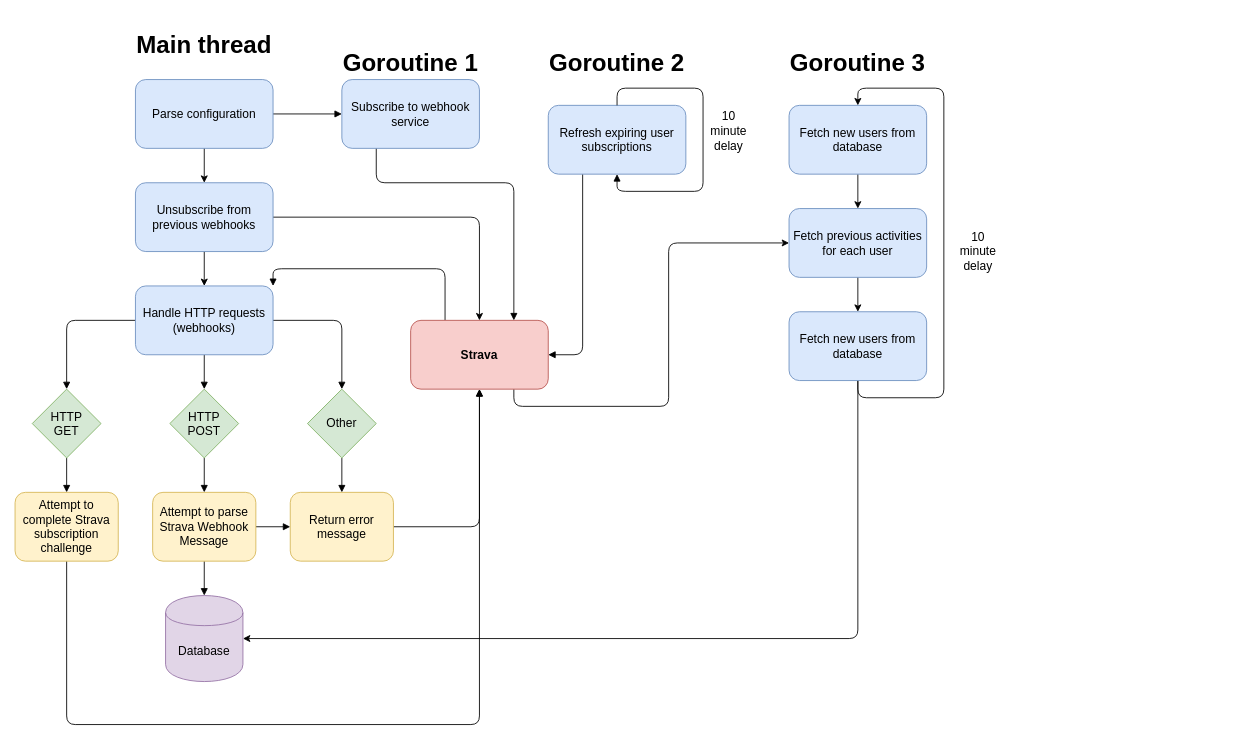
The draw.io diagram doc/FlowDiagram.drawio in bikedataproject/go-strava-daemon, before the edit. Source tidied: cells renumbered, new cells numbered last; positions are measured from the earlier drawing's top-left corner, leaving out a move shared by most shapes. Both pictures are drawn from the tidied source at 86%, with x=0, y=0 at pixel (15, 36).
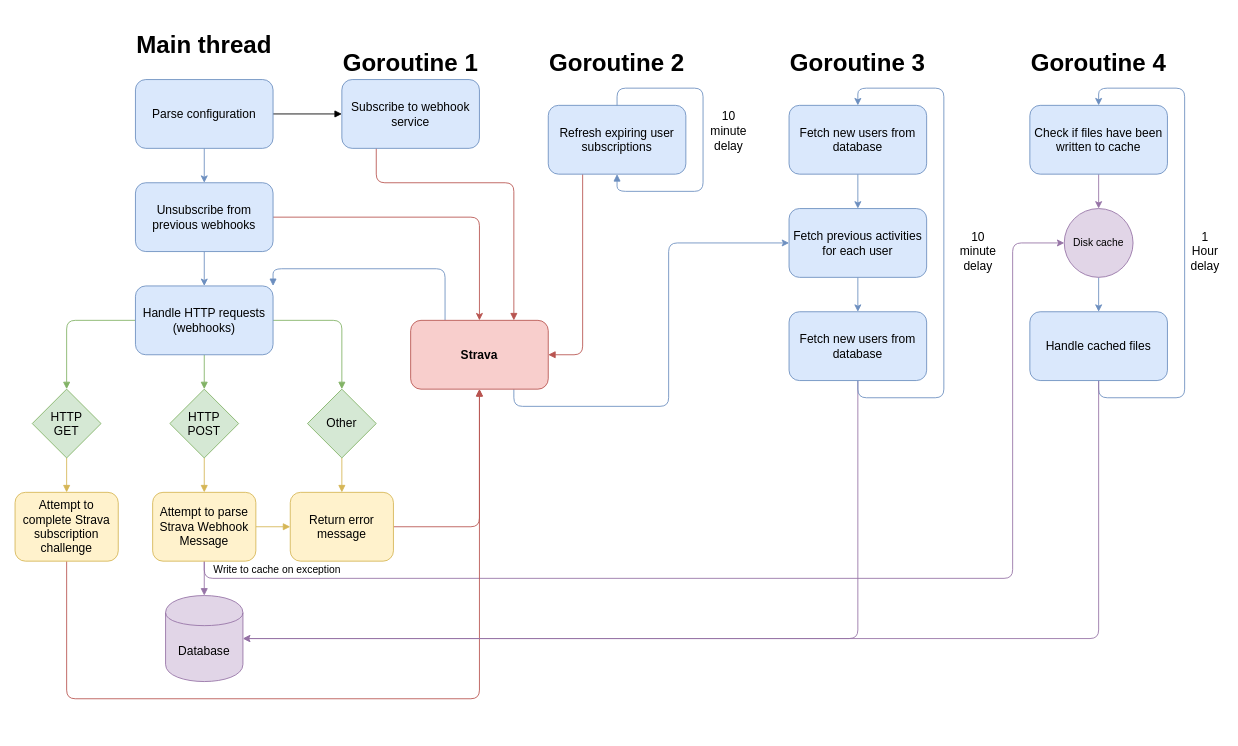
After the change.

Commit message (it also covers changes not shown here):
Updated flow diagram

Unchanged cells that the change refers to:
```xml
<mxCell id="4" value="Strava" style="rounded=1;whiteSpace=wrap;html=1;fillColor=#f8cecc;strokeColor=#b85450;fontStyle=1;fontFamily=Ubuntu;fontSize=14;" parent="1" vertex="1">
  <mxGeometry x="460" y="330" width="160" height="80" as="geometry" />
</mxCell>
<mxCell id="7" value="Unsubscribe from&lt;br style=&quot;font-size: 14px;&quot;&gt;previous webhooks" style="rounded=1;whiteSpace=wrap;html=1;fillColor=#dae8fc;strokeColor=#6c8ebf;fontFamily=Ubuntu;fontSize=14;" parent="1" vertex="1">
  <mxGeometry x="140" y="170" width="160" height="80" as="geometry" />
</mxCell>
<mxCell id="11" value="Handle HTTP requests (webhooks)" style="rounded=1;whiteSpace=wrap;html=1;fillColor=#dae8fc;strokeColor=#6c8ebf;fontFamily=Ubuntu;fontSize=14;" parent="1" vertex="1">
  <mxGeometry x="140" y="290" width="160" height="80" as="geometry" />
</mxCell>
<mxCell id="14" value="Parse configuration" style="rounded=1;whiteSpace=wrap;html=1;fillColor=#dae8fc;strokeColor=#6c8ebf;fontFamily=Ubuntu;fontSize=14;" parent="1" vertex="1">
  <mxGeometry x="140" y="50" width="160" height="80" as="geometry" />
</mxCell>
<mxCell id="16" value="HTTP&lt;br&gt;POST" style="rhombus;whiteSpace=wrap;html=1;fontFamily=Ubuntu;fontSize=14;fillColor=#d5e8d4;strokeColor=#82b366;" parent="1" vertex="1">
  <mxGeometry x="180" y="410" width="80" height="80" as="geometry" />
</mxCell>
<mxCell id="18" value="HTTP&lt;br&gt;GET" style="rhombus;whiteSpace=wrap;html=1;fontFamily=Ubuntu;fontSize=14;fillColor=#d5e8d4;strokeColor=#82b366;" parent="1" vertex="1">
  <mxGeometry x="20" y="410" width="80" height="80" as="geometry" />
</mxCell>
<mxCell id="20" value="Other" style="rhombus;whiteSpace=wrap;html=1;fontFamily=Ubuntu;fontSize=14;fillColor=#d5e8d4;strokeColor=#82b366;" parent="1" vertex="1">
  <mxGeometry x="340" y="410" width="80" height="80" as="geometry" />
</mxCell>
<mxCell id="22" value="Return error message" style="rounded=1;whiteSpace=wrap;html=1;fontFamily=Ubuntu;fontSize=14;fillColor=#fff2cc;strokeColor=#d6b656;" parent="1" vertex="1">
  <mxGeometry x="320" y="530" width="120" height="80" as="geometry" />
</mxCell>
<mxCell id="25" value="Attempt to parse Strava Webhook Message" style="rounded=1;whiteSpace=wrap;html=1;fontFamily=Ubuntu;fontSize=14;fillColor=#fff2cc;strokeColor=#d6b656;" parent="1" vertex="1">
  <mxGeometry x="160" y="530" width="120" height="80" as="geometry" />
</mxCell>
<mxCell id="27" value="Attempt to complete Strava subscription challenge" style="rounded=1;whiteSpace=wrap;html=1;fontFamily=Ubuntu;fontSize=14;fillColor=#fff2cc;strokeColor=#d6b656;" parent="1" vertex="1">
  <mxGeometry y="530" width="120" height="80" as="geometry" />
</mxCell>
<mxCell id="28" value="Database" style="shape=cylinder;whiteSpace=wrap;html=1;boundedLbl=1;backgroundOutline=1;fontFamily=Ubuntu;fontSize=14;fillColor=#e1d5e7;strokeColor=#9673a6;" parent="1" vertex="1">
  <mxGeometry x="175" y="650" width="90" height="100" as="geometry" />
</mxCell>
<mxCell id="30" value="Subscribe to webhook service" style="rounded=1;whiteSpace=wrap;html=1;fillColor=#dae8fc;strokeColor=#6c8ebf;fontFamily=Ubuntu;fontSize=14;" parent="1" vertex="1">
  <mxGeometry x="380" y="50" width="160" height="80" as="geometry" />
</mxCell>
<mxCell id="34" value="Refresh expiring user subscriptions" style="rounded=1;whiteSpace=wrap;html=1;fillColor=#dae8fc;strokeColor=#6c8ebf;fontFamily=Ubuntu;fontSize=14;" parent="1" vertex="1">
  <mxGeometry x="620" y="80" width="160" height="80" as="geometry" />
</mxCell>
<mxCell id="42" value="Fetch previous activities for each user" style="rounded=1;whiteSpace=wrap;html=1;fillColor=#dae8fc;strokeColor=#6c8ebf;fontFamily=Ubuntu;fontSize=14;" parent="1" vertex="1">
  <mxGeometry x="900" y="200" width="160" height="80" as="geometry" />
</mxCell>
```

The edit, as a diff of the source:
```diff
@@
-    <mxCell id="2" style="edgeStyle=orthogonalEdgeStyle;rounded=1;jettySize=auto;html=1;entryX=1;entryY=0;entryDx=0;entryDy=0;endArrow=block;endFill=1;fontFamily=Ubuntu;fontSize=14;" parent="1" edge="1" source="4" target="11">
+    <mxCell id="2" style="edgeStyle=orthogonalEdgeStyle;rounded=1;jettySize=auto;html=1;entryX=1;entryY=0;entryDx=0;entryDy=0;endArrow=block;endFill=1;fontFamily=Ubuntu;fontSize=14;fillColor=#dae8fc;strokeColor=#6c8ebf;" parent="1" edge="1" source="4" target="11">
       <mxGeometry relative="1" as="geometry">
         <Array as="points">
           <mxPoint x="500" y="270" />
           <mxPoint x="300" y="270" />
         </Array>
       </mxGeometry>
     </mxCell>
-    <mxCell id="3" style="edgeStyle=orthogonalEdgeStyle;rounded=1;jettySize=auto;html=1;exitX=0.75;exitY=1;exitDx=0;exitDy=0;entryX=0;entryY=0.5;entryDx=0;entryDy=0;" parent="1" edge="1" source="4" target="42">
+    <mxCell id="3" style="edgeStyle=orthogonalEdgeStyle;rounded=1;jettySize=auto;html=1;exitX=0.75;exitY=1;exitDx=0;exitDy=0;entryX=0;entryY=0.5;entryDx=0;entryDy=0;fontFamily=Ubuntu;fillColor=#dae8fc;strokeColor=#6c8ebf;" parent="1" edge="1" source="4" target="42">
       <mxGeometry relative="1" as="geometry" />
     </mxCell>
@@
-    <mxCell id="5" style="edgeStyle=orthogonalEdgeStyle;rounded=1;jettySize=auto;html=1;fontFamily=Ubuntu;fontSize=14;" parent="1" edge="1" source="7" target="4">
+    <mxCell id="5" style="edgeStyle=orthogonalEdgeStyle;rounded=1;jettySize=auto;html=1;fontFamily=Ubuntu;fontSize=14;fillColor=#f8cecc;strokeColor=#b85450;" parent="1" edge="1" source="7" target="4">
       <mxGeometry relative="1" as="geometry" />
     </mxCell>
-    <mxCell id="6" style="edgeStyle=orthogonalEdgeStyle;rounded=0;jettySize=auto;html=1;fontFamily=Ubuntu;fontSize=14;" parent="1" edge="1" source="7" target="11">
+    <mxCell id="6" style="edgeStyle=orthogonalEdgeStyle;rounded=0;jettySize=auto;html=1;fontFamily=Ubuntu;fontSize=14;fillColor=#dae8fc;strokeColor=#6c8ebf;" parent="1" edge="1" source="7" target="11">
       <mxGeometry relative="1" as="geometry" />
     </mxCell>
@@
-    <mxCell id="8" style="edgeStyle=orthogonalEdgeStyle;rounded=1;jettySize=auto;html=1;endArrow=block;endFill=1;fontFamily=Ubuntu;fontSize=14;" parent="1" edge="1" source="11" target="16">
+    <mxCell id="8" style="edgeStyle=orthogonalEdgeStyle;rounded=1;jettySize=auto;html=1;endArrow=block;endFill=1;fontFamily=Ubuntu;fontSize=14;fillColor=#d5e8d4;strokeColor=#82b366;" parent="1" edge="1" source="11" target="16">
       <mxGeometry relative="1" as="geometry" />
     </mxCell>
-    <mxCell id="9" style="edgeStyle=orthogonalEdgeStyle;rounded=1;jettySize=auto;html=1;endArrow=block;endFill=1;fontFamily=Ubuntu;fontSize=14;entryX=0.5;entryY=0;entryDx=0;entryDy=0;" parent="1" edge="1" source="11" target="20">
+    <mxCell id="9" style="edgeStyle=orthogonalEdgeStyle;rounded=1;jettySize=auto;html=1;endArrow=block;endFill=1;fontFamily=Ubuntu;fontSize=14;entryX=0.5;entryY=0;entryDx=0;entryDy=0;fillColor=#d5e8d4;strokeColor=#82b366;" parent="1" edge="1" source="11" target="20">
       <mxGeometry relative="1" as="geometry">
         <Array as="points">
           <mxPoint x="380" y="330" />
         </Array>
       </mxGeometry>
     </mxCell>
-    <mxCell id="10" style="edgeStyle=orthogonalEdgeStyle;rounded=1;jettySize=auto;html=1;exitX=0;exitY=0.5;exitDx=0;exitDy=0;entryX=0.5;entryY=0;entryDx=0;entryDy=0;endArrow=block;endFill=1;fontFamily=Ubuntu;fontSize=14;" parent="1" edge="1" source="11" target="18">
+    <mxCell id="10" style="edgeStyle=orthogonalEdgeStyle;rounded=1;jettySize=auto;html=1;exitX=0;exitY=0.5;exitDx=0;exitDy=0;entryX=0.5;entryY=0;entryDx=0;entryDy=0;endArrow=block;endFill=1;fontFamily=Ubuntu;fontSize=14;fillColor=#d5e8d4;strokeColor=#82b366;" parent="1" edge="1" source="11" target="18">
       <mxGeometry relative="1" as="geometry" />
     </mxCell>
@@
-    <mxCell id="12" style="edgeStyle=orthogonalEdgeStyle;rounded=0;jettySize=auto;html=1;fontFamily=Ubuntu;fontSize=14;" parent="1" edge="1" source="14" target="7">
+    <mxCell id="12" style="edgeStyle=orthogonalEdgeStyle;rounded=0;jettySize=auto;html=1;fontFamily=Ubuntu;fontSize=14;fillColor=#dae8fc;strokeColor=#6c8ebf;" parent="1" edge="1" source="14" target="7">
       <mxGeometry relative="1" as="geometry" />
     </mxCell>
@@
-    <mxCell id="15" style="edgeStyle=orthogonalEdgeStyle;rounded=1;jettySize=auto;html=1;endArrow=block;endFill=1;fontFamily=Ubuntu;fontSize=14;" parent="1" edge="1" source="16" target="25">
+    <mxCell id="15" style="edgeStyle=orthogonalEdgeStyle;rounded=1;jettySize=auto;html=1;endArrow=block;endFill=1;fontFamily=Ubuntu;fontSize=14;fillColor=#fff2cc;strokeColor=#d6b656;" parent="1" edge="1" source="16" target="25">
       <mxGeometry relative="1" as="geometry" />
     </mxCell>
@@
-    <mxCell id="17" style="edgeStyle=orthogonalEdgeStyle;rounded=1;jettySize=auto;html=1;endArrow=block;endFill=1;fontFamily=Ubuntu;fontSize=14;" parent="1" edge="1" source="18" target="27">
+    <mxCell id="17" style="edgeStyle=orthogonalEdgeStyle;rounded=1;jettySize=auto;html=1;endArrow=block;endFill=1;fontFamily=Ubuntu;fontSize=14;fillColor=#fff2cc;strokeColor=#d6b656;" parent="1" edge="1" source="18" target="27">
       <mxGeometry relative="1" as="geometry" />
     </mxCell>
@@
-    <mxCell id="19" style="edgeStyle=orthogonalEdgeStyle;rounded=1;jettySize=auto;html=1;endArrow=block;endFill=1;fontFamily=Ubuntu;fontSize=14;" parent="1" edge="1" source="20" target="22">
+    <mxCell id="19" style="edgeStyle=orthogonalEdgeStyle;rounded=1;jettySize=auto;html=1;endArrow=block;endFill=1;fontFamily=Ubuntu;fontSize=14;fillColor=#fff2cc;strokeColor=#d6b656;" parent="1" edge="1" source="20" target="22">
       <mxGeometry relative="1" as="geometry" />
     </mxCell>
@@
-    <mxCell id="21" style="edgeStyle=orthogonalEdgeStyle;rounded=1;jettySize=auto;html=1;endArrow=block;endFill=1;fontFamily=Ubuntu;fontSize=14;" parent="1" edge="1" source="22" target="4">
+    <mxCell id="21" style="edgeStyle=orthogonalEdgeStyle;rounded=1;jettySize=auto;html=1;endArrow=block;endFill=1;fontFamily=Ubuntu;fontSize=14;fillColor=#f8cecc;strokeColor=#b85450;" parent="1" edge="1" source="22" target="4">
       <mxGeometry relative="1" as="geometry" />
     </mxCell>
@@
-    <mxCell id="23" style="edgeStyle=orthogonalEdgeStyle;rounded=1;jettySize=auto;html=1;entryX=0;entryY=0.5;entryDx=0;entryDy=0;endArrow=block;endFill=1;fontFamily=Ubuntu;fontSize=14;" parent="1" edge="1" source="25" target="22">
+    <mxCell id="23" style="edgeStyle=orthogonalEdgeStyle;rounded=1;jettySize=auto;html=1;entryX=0;entryY=0.5;entryDx=0;entryDy=0;endArrow=block;endFill=1;fontFamily=Ubuntu;fontSize=14;fillColor=#fff2cc;strokeColor=#d6b656;" parent="1" edge="1" source="25" target="22">
       <mxGeometry relative="1" as="geometry" />
     </mxCell>
-    <mxCell id="24" style="edgeStyle=orthogonalEdgeStyle;rounded=1;jettySize=auto;html=1;entryX=0.5;entryY=0;entryDx=0;entryDy=0;endArrow=block;endFill=1;fontFamily=Ubuntu;fontSize=14;" parent="1" edge="1" source="25" target="28">
+    <mxCell id="24" style="edgeStyle=orthogonalEdgeStyle;rounded=1;jettySize=auto;html=1;entryX=0.5;entryY=0;entryDx=0;entryDy=0;endArrow=block;endFill=1;fontFamily=Ubuntu;fontSize=14;fillColor=#e1d5e7;strokeColor=#9673a6;" parent="1" edge="1" source="25" target="28">
       <mxGeometry relative="1" as="geometry" />
     </mxCell>
+    <mxCell id="47" style="edgeStyle=orthogonalEdgeStyle;rounded=1;jettySize=auto;html=1;exitX=0.5;exitY=1;exitDx=0;exitDy=0;entryX=0;entryY=0.5;entryDx=0;entryDy=0;fontFamily=Ubuntu;fillColor=#e1d5e7;strokeColor=#9673a6;" parent="1" edge="1" source="25" target="61">
+      <mxGeometry relative="1" as="geometry">
+        <Array as="points">
+          <mxPoint x="220" y="630" />
+          <mxPoint x="1160" y="630" />
+          <mxPoint x="1160" y="240" />
+        </Array>
+      </mxGeometry>
+    </mxCell>
@@
-    <mxCell id="26" style="edgeStyle=orthogonalEdgeStyle;rounded=1;jettySize=auto;html=1;endArrow=block;endFill=1;fontFamily=Ubuntu;fontSize=14;" parent="1" edge="1" source="27" target="4">
+    <mxCell id="26" style="edgeStyle=orthogonalEdgeStyle;rounded=1;jettySize=auto;html=1;endArrow=block;endFill=1;fontFamily=Ubuntu;fontSize=14;fillColor=#f8cecc;strokeColor=#b85450;" parent="1" edge="1" source="27" target="4">
       <mxGeometry relative="1" as="geometry">
         <Array as="points">
-          <mxPoint x="60" y="800" />
-          <mxPoint x="540" y="800" />
+          <mxPoint x="60" y="770" />
+          <mxPoint x="540" y="770" />
         </Array>
       </mxGeometry>
     </mxCell>
@@
-    <mxCell id="29" style="edgeStyle=orthogonalEdgeStyle;rounded=1;jettySize=auto;html=1;entryX=0.75;entryY=0;entryDx=0;entryDy=0;endArrow=block;endFill=1;fontFamily=Ubuntu;fontSize=14;" parent="1" edge="1" source="30" target="4">
+    <mxCell id="29" style="edgeStyle=orthogonalEdgeStyle;rounded=1;jettySize=auto;html=1;entryX=0.75;entryY=0;entryDx=0;entryDy=0;endArrow=block;endFill=1;fontFamily=Ubuntu;fontSize=14;fillColor=#f8cecc;strokeColor=#b85450;" parent="1" edge="1" source="30" target="4">
       <mxGeometry relative="1" as="geometry">
         <Array as="points">
           <mxPoint x="420" y="170" />
           <mxPoint x="580" y="170" />
         </Array>
       </mxGeometry>
     </mxCell>
@@
-    <mxCell id="33" style="edgeStyle=orthogonalEdgeStyle;rounded=1;jettySize=auto;html=1;entryX=1;entryY=0.5;entryDx=0;entryDy=0;endArrow=block;endFill=1;fontFamily=Ubuntu;fontSize=14;exitX=0.25;exitY=1;exitDx=0;exitDy=0;" parent="1" edge="1" source="34" target="4">
+    <mxCell id="33" style="edgeStyle=orthogonalEdgeStyle;rounded=1;jettySize=auto;html=1;entryX=1;entryY=0.5;entryDx=0;entryDy=0;endArrow=block;endFill=1;fontFamily=Ubuntu;fontSize=14;exitX=0.25;exitY=1;exitDx=0;exitDy=0;fillColor=#f8cecc;strokeColor=#b85450;" parent="1" edge="1" source="34" target="4">
       <mxGeometry relative="1" as="geometry" />
     </mxCell>
@@
-    <mxCell id="36" style="edgeStyle=orthogonalEdgeStyle;rounded=1;orthogonalLoop=1;jettySize=auto;html=1;entryX=0.5;entryY=1;entryDx=0;entryDy=0;endArrow=block;endFill=1;fontFamily=Ubuntu;fontSize=14;" parent="1" edge="1" source="34" target="34">
+    <mxCell id="36" style="edgeStyle=orthogonalEdgeStyle;rounded=1;orthogonalLoop=1;jettySize=auto;html=1;entryX=0.5;entryY=1;entryDx=0;entryDy=0;endArrow=block;endFill=1;fontFamily=Ubuntu;fontSize=14;fillColor=#dae8fc;strokeColor=#6c8ebf;" parent="1" edge="1" source="34" target="34">
       <mxGeometry relative="1" as="geometry" />
     </mxCell>
-    <mxCell id="37" value="10 minute delay" style="text;html=1;strokeColor=none;fillColor=none;align=center;verticalAlign=middle;whiteSpace=wrap;rounded=0;fontFamily=Ubuntu;fontSize=14;" parent="1" vertex="1">
-      <mxGeometry x="810" y="100" width="40" height="20" as="geometry" />
-    </mxCell>
+    <mxCell id="48" value="10 minute delay" style="text;html=1;strokeColor=none;fillColor=none;align=center;verticalAlign=middle;whiteSpace=wrap;rounded=0;fontFamily=Ubuntu;fontSize=14;" parent="1" vertex="1">
+      <mxGeometry x="810" y="100" width="40" height="20" as="geometry" />
+    </mxCell>
@@
-    <mxCell id="39" style="edgeStyle=orthogonalEdgeStyle;rounded=0;jettySize=auto;html=1;entryX=0.5;entryY=0;entryDx=0;entryDy=0;" parent="1" edge="1" source="40" target="42">
-      <mxGeometry relative="1" as="geometry" />
-    </mxCell>
-    <mxCell id="40" value="Fetch new users from database" style="rounded=1;whiteSpace=wrap;html=1;fillColor=#dae8fc;strokeColor=#6c8ebf;fontFamily=Ubuntu;fontSize=14;" parent="1" vertex="1">
-      <mxGeometry x="900" y="80" width="160" height="80" as="geometry" />
-    </mxCell>
-    <mxCell id="41" style="edgeStyle=orthogonalEdgeStyle;rounded=1;jettySize=auto;html=1;entryX=0.5;entryY=0;entryDx=0;entryDy=0;" parent="1" edge="1" source="42" target="46">
-      <mxGeometry relative="1" as="geometry" />
-    </mxCell>
+    <mxCell id="49" style="edgeStyle=orthogonalEdgeStyle;rounded=0;jettySize=auto;html=1;entryX=0.5;entryY=0;entryDx=0;entryDy=0;fontFamily=Ubuntu;fillColor=#dae8fc;strokeColor=#6c8ebf;" parent="1" edge="1" source="50" target="42">
+      <mxGeometry relative="1" as="geometry" />
+    </mxCell>
+    <mxCell id="50" value="Fetch new users from database" style="rounded=1;whiteSpace=wrap;html=1;fillColor=#dae8fc;strokeColor=#6c8ebf;fontFamily=Ubuntu;fontSize=14;" parent="1" vertex="1">
+      <mxGeometry x="900" y="80" width="160" height="80" as="geometry" />
+    </mxCell>
+    <mxCell id="51" style="edgeStyle=orthogonalEdgeStyle;rounded=1;jettySize=auto;html=1;entryX=0.5;entryY=0;entryDx=0;entryDy=0;fontFamily=Ubuntu;fillColor=#dae8fc;strokeColor=#6c8ebf;" parent="1" edge="1" source="42" target="55">
+      <mxGeometry relative="1" as="geometry" />
+    </mxCell>
@@
-    <mxCell id="43" value="10 minute delay" style="text;html=1;strokeColor=none;fillColor=none;align=center;verticalAlign=middle;whiteSpace=wrap;rounded=0;fontFamily=Ubuntu;fontSize=14;" parent="1" vertex="1">
-      <mxGeometry x="1100" y="240" width="40" height="20" as="geometry" />
-    </mxCell>
-    <mxCell id="44" style="edgeStyle=orthogonalEdgeStyle;rounded=1;jettySize=auto;html=1;entryX=1;entryY=0.5;entryDx=0;entryDy=0;" parent="1" edge="1" source="46" target="28">
-      <mxGeometry relative="1" as="geometry">
-        <Array as="points">
-          <mxPoint x="980" y="700" />
-        </Array>
-      </mxGeometry>
-    </mxCell>
-    <mxCell id="45" style="edgeStyle=orthogonalEdgeStyle;rounded=1;jettySize=auto;html=1;exitX=0.5;exitY=1;exitDx=0;exitDy=0;entryX=0.5;entryY=0;entryDx=0;entryDy=0;" parent="1" edge="1" source="46" target="40">
-      <mxGeometry relative="1" as="geometry">
-        <Array as="points">
-          <mxPoint x="980" y="420" />
-          <mxPoint x="1080" y="420" />
-          <mxPoint x="1080" y="60" />
-          <mxPoint x="980" y="60" />
-        </Array>
-      </mxGeometry>
-    </mxCell>
-    <mxCell id="46" value="Fetch new users from database" style="rounded=1;whiteSpace=wrap;html=1;fillColor=#dae8fc;strokeColor=#6c8ebf;fontFamily=Ubuntu;fontSize=14;" parent="1" vertex="1">
-      <mxGeometry x="900" y="320" width="160" height="80" as="geometry" />
-    </mxCell>
+    <mxCell id="52" value="10 minute delay" style="text;html=1;strokeColor=none;fillColor=none;align=center;verticalAlign=middle;whiteSpace=wrap;rounded=0;fontFamily=Ubuntu;fontSize=14;" parent="1" vertex="1">
+      <mxGeometry x="1100" y="240" width="40" height="20" as="geometry" />
+    </mxCell>
+    <mxCell id="53" style="edgeStyle=orthogonalEdgeStyle;rounded=1;jettySize=auto;html=1;entryX=1;entryY=0.5;entryDx=0;entryDy=0;fontFamily=Ubuntu;fillColor=#e1d5e7;strokeColor=#9673a6;" parent="1" edge="1" source="55" target="28">
+      <mxGeometry relative="1" as="geometry">
+        <Array as="points">
+          <mxPoint x="980" y="700" />
+        </Array>
+      </mxGeometry>
+    </mxCell>
+    <mxCell id="54" style="edgeStyle=orthogonalEdgeStyle;rounded=1;jettySize=auto;html=1;exitX=0.5;exitY=1;exitDx=0;exitDy=0;entryX=0.5;entryY=0;entryDx=0;entryDy=0;fontFamily=Ubuntu;fillColor=#dae8fc;strokeColor=#6c8ebf;" parent="1" edge="1" source="55" target="50">
+      <mxGeometry relative="1" as="geometry">
+        <Array as="points">
+          <mxPoint x="980" y="420" />
+          <mxPoint x="1080" y="420" />
+          <mxPoint x="1080" y="60" />
+          <mxPoint x="980" y="60" />
+        </Array>
+      </mxGeometry>
+    </mxCell>
+    <mxCell id="55" value="Fetch new users from database" style="rounded=1;whiteSpace=wrap;html=1;fillColor=#dae8fc;strokeColor=#6c8ebf;fontFamily=Ubuntu;fontSize=14;" parent="1" vertex="1">
+      <mxGeometry x="900" y="320" width="160" height="80" as="geometry" />
+    </mxCell>
+    <mxCell id="56" value="&lt;h1&gt;Goroutine 4&lt;/h1&gt;" style="text;html=1;strokeColor=none;fillColor=none;align=center;verticalAlign=middle;whiteSpace=wrap;rounded=0;fontFamily=Ubuntu;fontSize=14;" parent="1" vertex="1">
+      <mxGeometry x="1180" y="20" width="160" height="20" as="geometry" />
+    </mxCell>
+    <mxCell id="57" style="edgeStyle=orthogonalEdgeStyle;rounded=1;jettySize=auto;html=1;entryX=0.5;entryY=0;entryDx=0;entryDy=0;fontFamily=Ubuntu;fillColor=#e1d5e7;strokeColor=#9673a6;" parent="1" edge="1" source="58" target="61">
+      <mxGeometry relative="1" as="geometry" />
+    </mxCell>
+    <mxCell id="58" value="Check if files have been written to cache" style="rounded=1;whiteSpace=wrap;html=1;fillColor=#dae8fc;strokeColor=#6c8ebf;fontFamily=Ubuntu;fontSize=14;" parent="1" vertex="1">
+      <mxGeometry x="1180" y="80" width="160" height="80" as="geometry" />
+    </mxCell>
+    <mxCell id="59" value="1 Hour delay" style="text;html=1;strokeColor=none;fillColor=none;align=center;verticalAlign=middle;whiteSpace=wrap;rounded=0;fontFamily=Ubuntu;fontSize=14;" parent="1" vertex="1">
+      <mxGeometry x="1364" y="240" width="40" height="20" as="geometry" />
+    </mxCell>
+    <mxCell id="60" style="edgeStyle=orthogonalEdgeStyle;rounded=1;jettySize=auto;html=1;fontFamily=Ubuntu;fillColor=#dae8fc;strokeColor=#6c8ebf;" parent="1" edge="1" source="61" target="64">
+      <mxGeometry relative="1" as="geometry" />
+    </mxCell>
+    <mxCell id="61" value="Disk cache" style="ellipse;whiteSpace=wrap;html=1;fillColor=#e1d5e7;strokeColor=#9673a6;fontFamily=Ubuntu;" parent="1" vertex="1">
+      <mxGeometry x="1220" y="200" width="80" height="80" as="geometry" />
+    </mxCell>
+    <mxCell id="62" style="edgeStyle=orthogonalEdgeStyle;rounded=1;jettySize=auto;html=1;entryX=0.5;entryY=0;entryDx=0;entryDy=0;fontFamily=Ubuntu;fillColor=#dae8fc;strokeColor=#6c8ebf;" parent="1" edge="1" source="64" target="58">
+      <mxGeometry relative="1" as="geometry">
+        <Array as="points">
+          <mxPoint x="1260" y="420" />
+          <mxPoint x="1360" y="420" />
+          <mxPoint x="1360" y="60" />
+          <mxPoint x="1260" y="60" />
+        </Array>
+      </mxGeometry>
+    </mxCell>
+    <mxCell id="63" style="edgeStyle=orthogonalEdgeStyle;rounded=1;jettySize=auto;html=1;entryX=1;entryY=0.5;entryDx=0;entryDy=0;fontFamily=Ubuntu;fillColor=#e1d5e7;strokeColor=#9673a6;" parent="1" edge="1" source="64" target="28">
+      <mxGeometry relative="1" as="geometry">
+        <Array as="points">
+          <mxPoint x="1260" y="700" />
+        </Array>
+      </mxGeometry>
+    </mxCell>
+    <mxCell id="64" value="Handle cached files" style="rounded=1;whiteSpace=wrap;html=1;fillColor=#dae8fc;strokeColor=#6c8ebf;fontFamily=Ubuntu;fontSize=14;" parent="1" vertex="1">
+      <mxGeometry x="1180" y="320" width="160" height="80" as="geometry" />
+    </mxCell>
+    <mxCell id="65" value="Write to cache on exception" style="text;html=1;strokeColor=none;fillColor=none;align=center;verticalAlign=middle;whiteSpace=wrap;rounded=0;fontFamily=Ubuntu;" parent="1" vertex="1">
+      <mxGeometry x="200" y="610" width="210" height="20" as="geometry" />
+    </mxCell>
```
